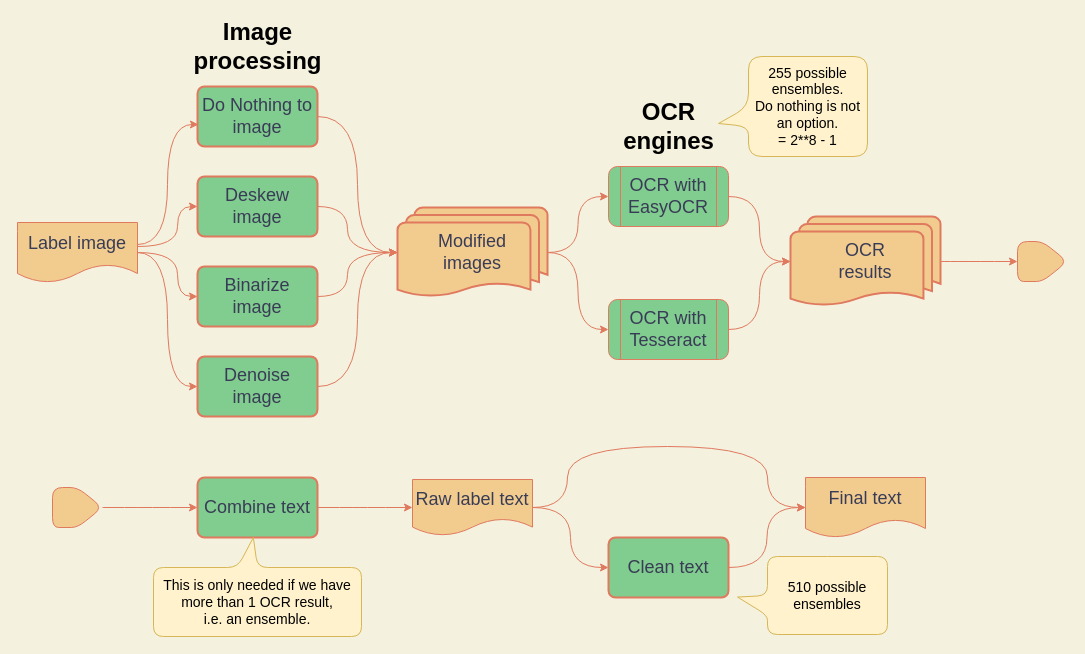
This is assets/ocr_flow.drawio from rafelafrance/digi_leap_old, a draw.io file, before an edit. Source tidied: cells renumbered, new cells numbered last; positions are measured from the earlier drawing's top-left corner, leaving out a move shared by most shapes. Both pictures are drawn from the tidied source at 100%, with x=0, y=0 at pixel (17, 26).
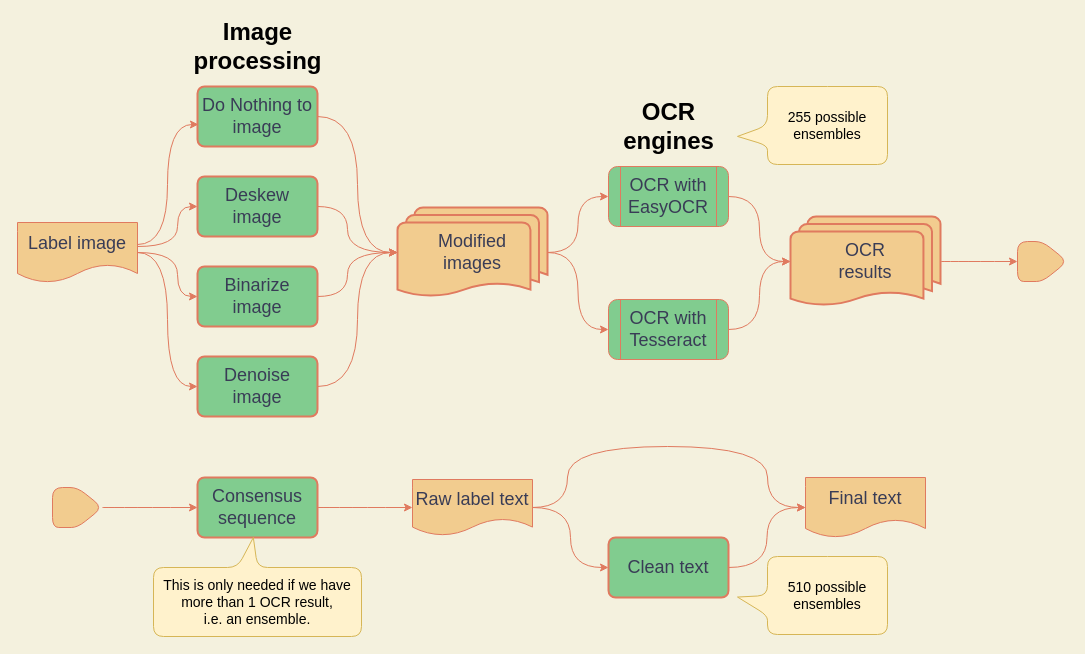
Above is the later version.

What changed in the source:
```diff
@@
-    <mxCell id="9" value="Combine text" style="rounded=1;whiteSpace=wrap;html=1;absoluteArcSize=1;arcSize=14;strokeWidth=2;fontSize=18;fillColor=#81CC8F;strokeColor=#E07A5F;fontColor=#393C56;" parent="1" vertex="1">
+    <mxCell id="9" value="Consensus sequence" style="rounded=1;whiteSpace=wrap;html=1;absoluteArcSize=1;arcSize=14;strokeWidth=2;fontSize=18;fillColor=#81CC8F;strokeColor=#E07A5F;fontColor=#393C56;" parent="1" vertex="1">
       <mxGeometry x="180" y="451" width="120" height="60" as="geometry" />
     </mxCell>
@@
-    <mxCell id="37" value="255 possible ensembles.&lt;br&gt;Do nothing is not an option.&lt;br&gt;= 2**8 - 1" style="shape=callout;whiteSpace=wrap;html=1;perimeter=calloutPerimeter;fontSize=14;direction=south;position2=0.67;rounded=1;fillColor=#fff2cc;strokeColor=#d6b656;arcSize=27;" parent="1" vertex="1">
-      <mxGeometry x="701" y="30" width="149" height="100" as="geometry" />
-    </mxCell>
@@
+    <mxCell id="42" value="255 possible&lt;br&gt;ensembles" style="shape=callout;whiteSpace=wrap;html=1;perimeter=calloutPerimeter;fontSize=14;direction=south;position2=0.64;rounded=1;fillColor=#fff2cc;strokeColor=#d6b656;" parent="1" vertex="1">
+      <mxGeometry x="720" y="60" width="150" height="78" as="geometry" />
+    </mxCell>
```
